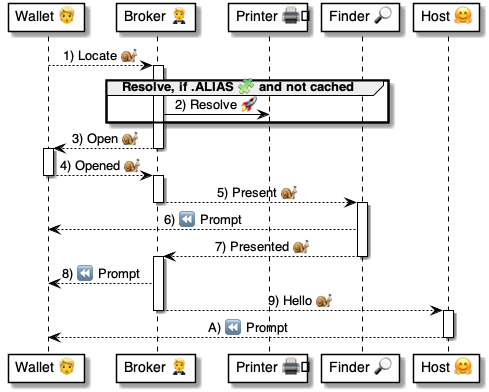
Above: 4 ⚙️ Solution/20 🧑‍🦰 UI/Brokers 🤵/🤵⏩ Broker flows/Locate 🔆⏩🤵/🤵 Locate ⚙️ uml.png in pollyweb-org/pollyweb-docs (PlantUML), before the change. Its source is kept beside it as 4 ⚙️ Solution/20 🧑‍🦰 UI/Brokers 🤵/🤵⏩ Broker flows/Locate 🔆⏩🤵/🤵 Locate ⚙️ uml.puml.
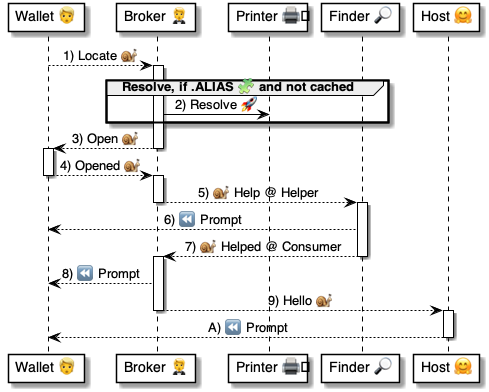
The same file after the commit.

What changed in the source:
```diff
@@ -29,11 +29,11 @@
 
     activate broker
 
-        broker --> finder: 5) Present 🐌
+        broker --> finder: 5) 🐌 Help @ Helper
         deactivate broker
             activate finder
                 finder --> wallet: 6) ⏪ Prompt
-                finder --> broker: 7) Presented 🐌
+                finder --> broker: 7) 🐌 Helped @ Consumer
             deactivate finder
         activate broker
 
```
